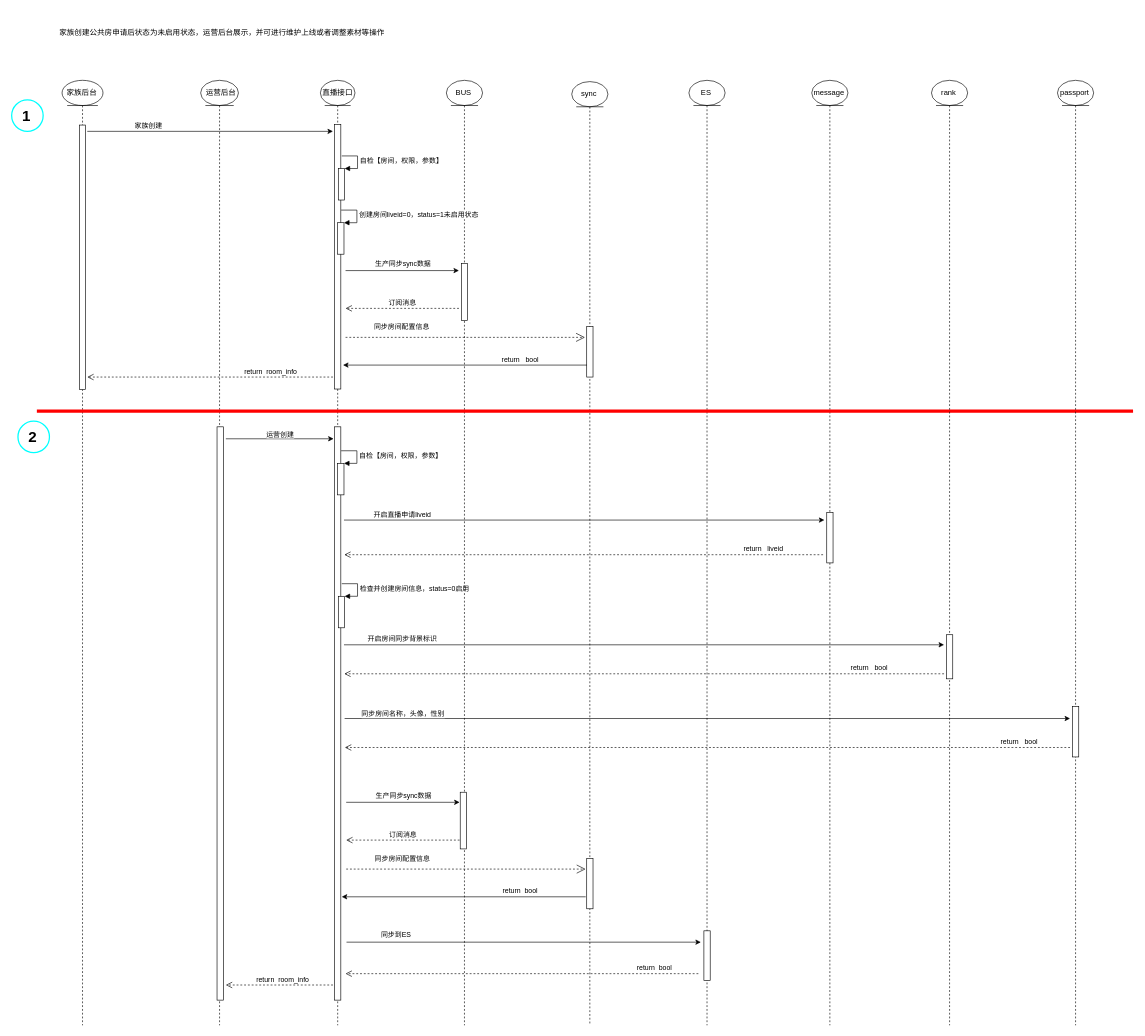
The draw.io diagram page "创建公共房" (11 of 11) of pepper/公共房.drawio in wclssdn/draw.io, before the edit. Source tidied: cells renumbered, new cells numbered last; positions are measured from the earlier drawing's top-left corner, leaving out a move shared by most shapes. Both pictures are drawn from the tidied source at 63%, with x=0, y=0 at pixel (11, 11).
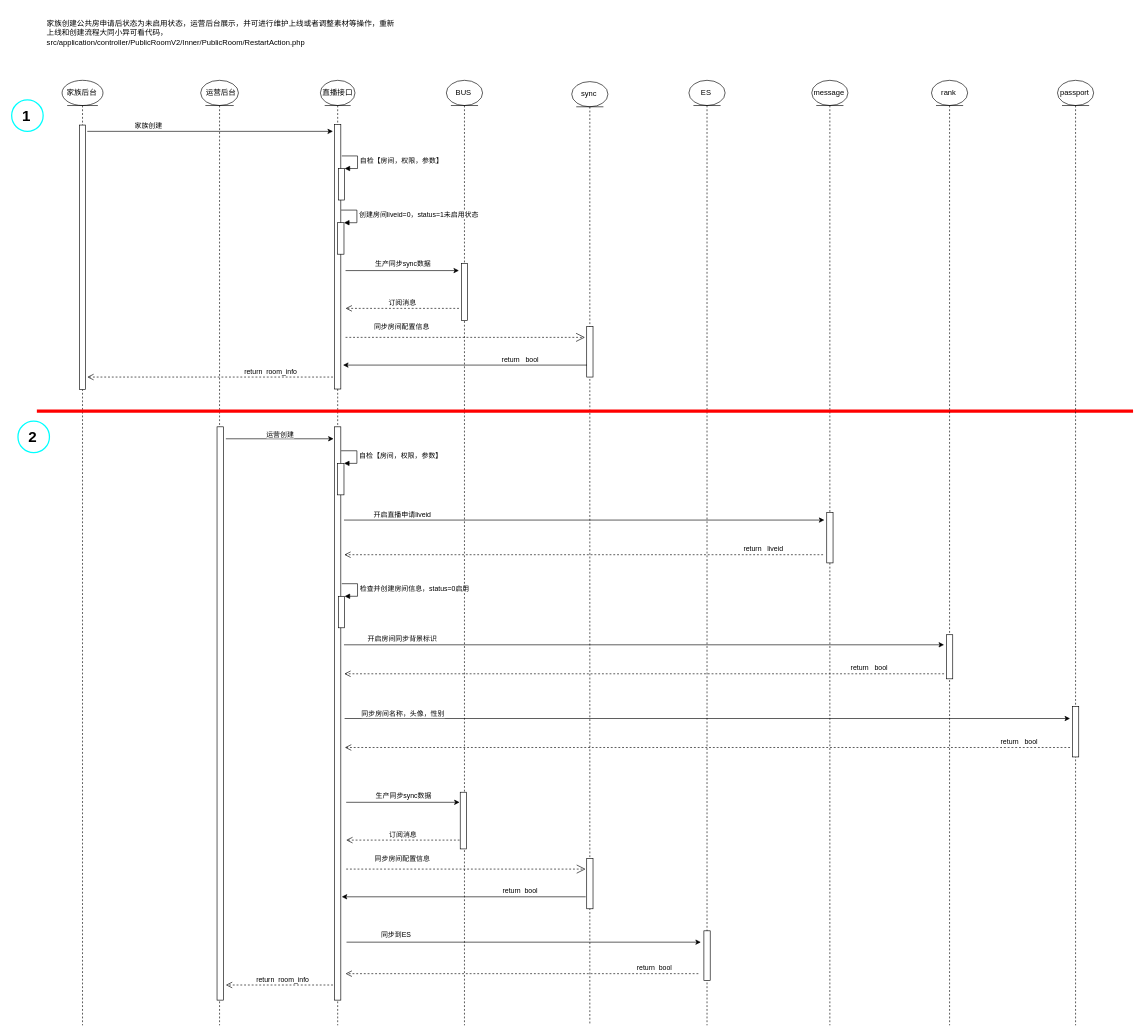
Above is the later version.

What changed in the source:
```diff
@@
-    <mxCell id="63" value="家族创建公共房申请后状态为未启用状态，运营后台展示，并可进行维护上线或者调整素材等操作" style="text;html=1;strokeColor=none;fillColor=none;align=center;verticalAlign=middle;whiteSpace=wrap;rounded=0;fontColor=default;" parent="1" vertex="1">
+    <mxCell id="63" value="家族创建公共房申请后状态为未启用状态，运营后台展示，并可进行维护上线或者调整素材等操作，重新上线和创建流程大同小异可看代码，src/application/controller/PublicRoomV2/Inner/PublicRoom/RestartAction.php" style="text;html=1;strokeColor=none;fillColor=none;align=left;verticalAlign=middle;whiteSpace=wrap;rounded=0;fontColor=default;" parent="1" vertex="1">
       <mxGeometry x="54" width="560" height="70" as="geometry" />
     </mxCell>
```
